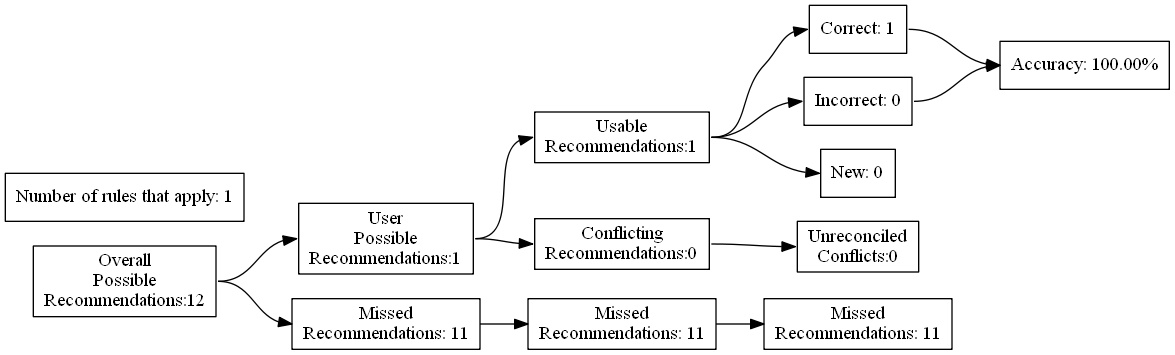
Before: test_renders/4.gv.png, a diagram exported from Graphviz (ZaxR/ibd_diet_analysis). Its source is kept beside it as test_renders/4.gv.
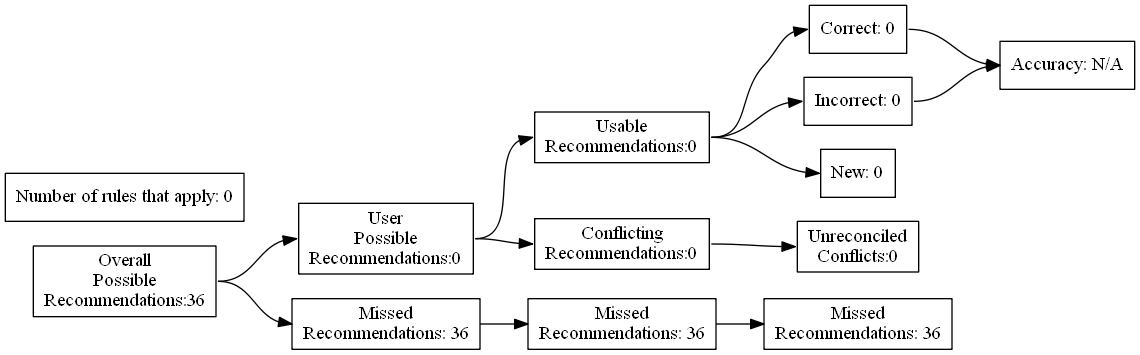
After the commit.

The edit, as a diff of the source:
```diff
@@ -4,27 +4,27 @@
 	edge [headport=w tailport=e]
 		A [label="Overall
 Possible
-Recommendations:12"]
+Recommendations:36"]
 		B [label="User
 Possible
-Recommendations:1"]
+Recommendations:0"]
 		C [label="Missed
-Recommendations: 11"]
+Recommendations: 36"]
 		D [label="Usable
-Recommendations:1"]
+Recommendations:0"]
 		E [label="Conflicting
 Recommendations:0"]
 		J [label="Missed
-Recommendations: 11"]
+Recommendations: 36"]
 		M [label="Unreconciled
 Conflicts:0"]
-		F [label="Correct: 1"]
+		F [label="Correct: 0"]
 		G [label="Incorrect: 0"]
 		H [label="New: 0"]
 		K [label="Missed
-Recommendations: 11"]
-		I [label="Accuracy: 100.00%"]
-		l [label="Number of rules that apply: 1"]
+Recommendations: 36"]
+		I [label="Accuracy: N/A"]
+		l [label="Number of rules that apply: 0"]
 			A -> B
 			A -> C
 			B -> D
```
